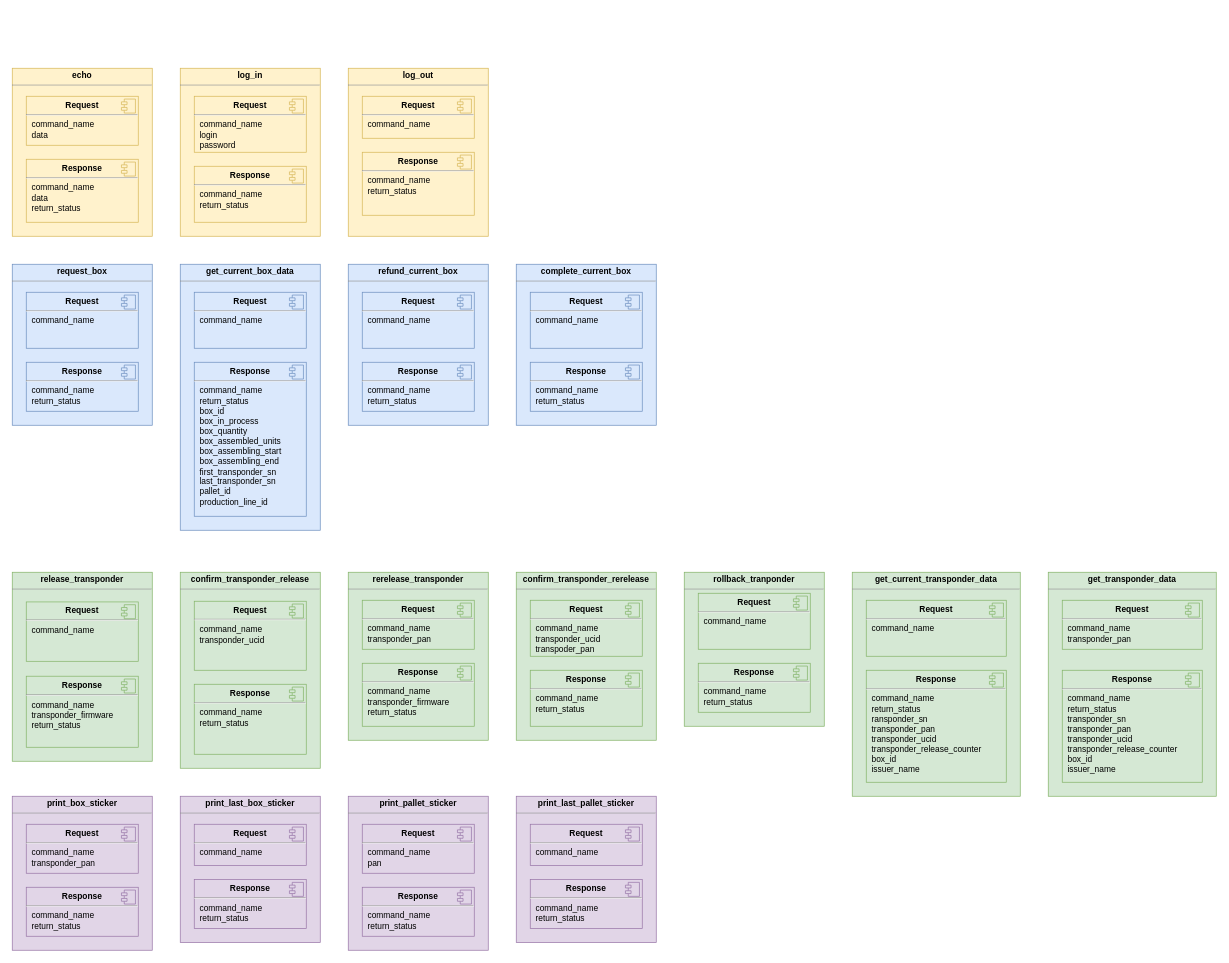
Before: Doc/Protocol.drawio in SultanLenvu/PersoServer, a draw.io diagram. Source tidied: cells renumbered, new cells numbered last; positions are measured from the earlier drawing's top-left corner, leaving out a move shared by most shapes. Both pictures are drawn from the tidied source at 70%, with x=0, y=0 at pixel (12, 68).
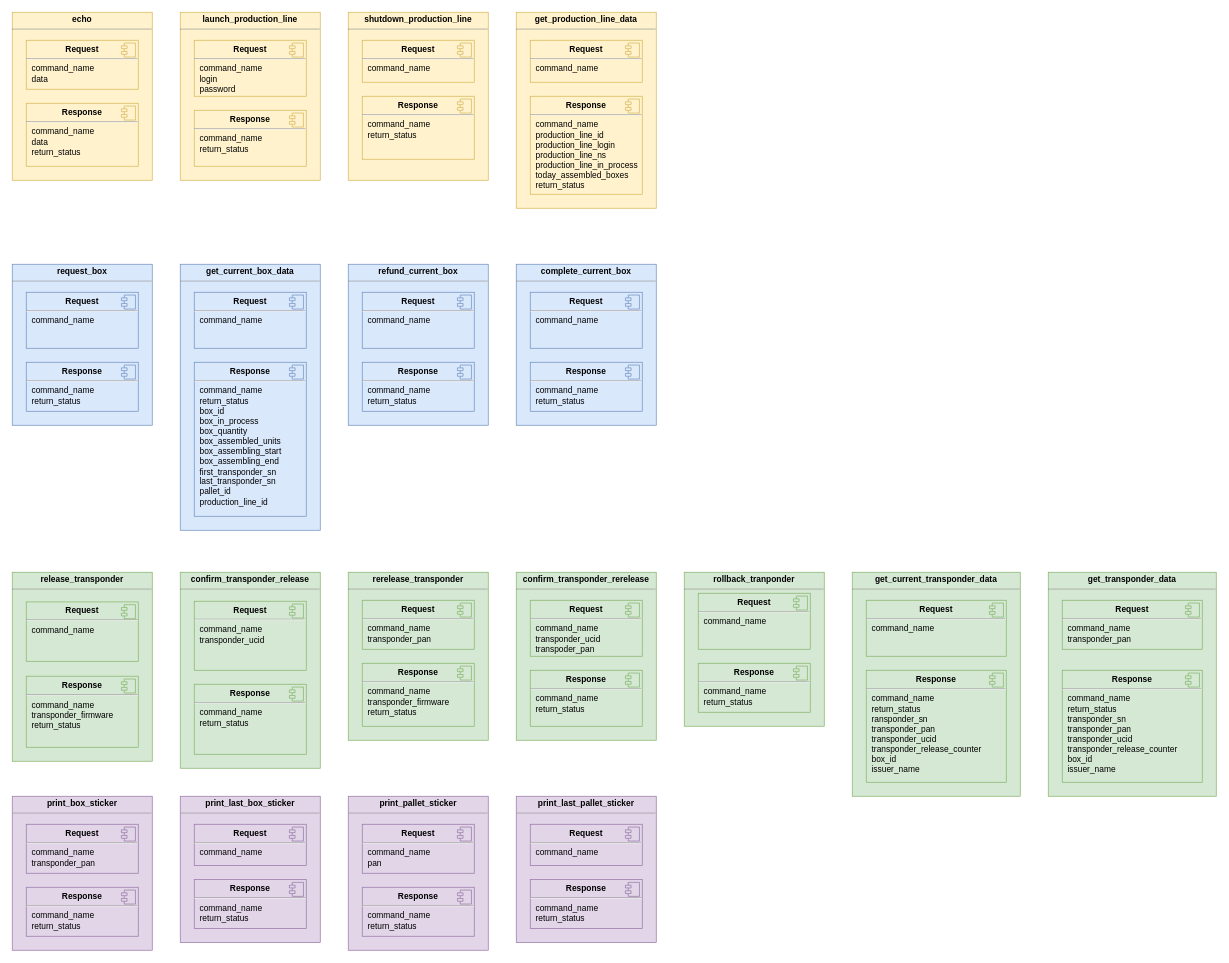
The same page after the edit.

Change to the diagram source:
```diff
@@
-    <mxCell id="17" value="&lt;p style=&quot;text-align: center; margin: 4px 0px 0px;&quot;&gt;&lt;b&gt;log_in&lt;/b&gt;&lt;/p&gt;&lt;hr size=&quot;1&quot;&gt;&lt;div style=&quot;height: 2px&quot;&gt;&lt;/div&gt;" style="verticalAlign=top;align=left;overflow=fill;fontSize=12;fontFamily=Helvetica;html=1;strokeColor=#d6b656;fillColor=#fff2cc;" parent="1" vertex="1">
-      <mxGeometry x="240" width="200" height="240" as="geometry" />
+    <mxCell id="17" value="&lt;p style=&quot;text-align: center ; margin: 4px 0px 0px&quot;&gt;&lt;b&gt;launch_production_line&lt;/b&gt;&lt;/p&gt;&lt;hr size=&quot;1&quot;&gt;&lt;div style=&quot;height: 2px&quot;&gt;&lt;/div&gt;" style="verticalAlign=top;align=left;overflow=fill;fontSize=12;fontFamily=Helvetica;html=1;strokeColor=#d6b656;fillColor=#fff2cc;" parent="1" vertex="1">
+      <mxGeometry x="240" y="-80" width="200" height="240" as="geometry" />
     </mxCell>
     <mxCell id="18" value="&lt;p style=&quot;margin: 0px ; margin-top: 6px ; text-align: center&quot;&gt;&lt;span style=&quot;text-align: left&quot;&gt;&lt;b&gt;Request&lt;/b&gt;&lt;/span&gt;&lt;br&gt;&lt;/p&gt;&lt;hr&gt;&lt;p style=&quot;margin: 0px ; margin-left: 8px&quot;&gt;command_name&lt;br&gt;&lt;/p&gt;&lt;p style=&quot;margin: 0px ; margin-left: 8px&quot;&gt;login&lt;/p&gt;&lt;p style=&quot;margin: 0px ; margin-left: 8px&quot;&gt;password&lt;/p&gt;&lt;p style=&quot;margin: 0px ; margin-left: 8px&quot;&gt;&lt;br&gt;&lt;/p&gt;" style="align=left;overflow=fill;html=1;fillColor=#fff2cc;strokeColor=#d6b656;" parent="1" vertex="1">
-      <mxGeometry x="260" y="40" width="160" height="80" as="geometry" />
+      <mxGeometry x="260" y="-40" width="160" height="80" as="geometry" />
     </mxCell>
@@
     <mxCell id="20" value="&lt;p style=&quot;margin: 0px ; margin-top: 6px ; text-align: center&quot;&gt;&lt;span style=&quot;text-align: left&quot;&gt;&lt;b&gt;Response&lt;/b&gt;&lt;/span&gt;&lt;br&gt;&lt;/p&gt;&lt;hr&gt;&lt;p style=&quot;margin: 0px 0px 0px 8px&quot;&gt;command_name&lt;br&gt;&lt;/p&gt;&lt;p style=&quot;margin: 0px ; margin-left: 8px&quot;&gt;&lt;span&gt;return_status&lt;/span&gt;&lt;/p&gt;&lt;p style=&quot;margin: 0px ; margin-left: 8px&quot;&gt;&lt;br&gt;&lt;/p&gt;&lt;p style=&quot;margin: 0px ; margin-left: 8px&quot;&gt;&lt;br&gt;&lt;/p&gt;" style="align=left;overflow=fill;html=1;fillColor=#fff2cc;strokeColor=#d6b656;" parent="1" vertex="1">
-      <mxGeometry x="260" y="140" width="160" height="80" as="geometry" />
+      <mxGeometry x="260" y="60" width="160" height="80" as="geometry" />
     </mxCell>
@@
     <mxCell id="22" value="&lt;p style=&quot;text-align: center; margin: 4px 0px 0px;&quot;&gt;&lt;b&gt;echo&lt;/b&gt;&lt;/p&gt;&lt;hr size=&quot;1&quot;&gt;&lt;div style=&quot;height: 2px&quot;&gt;&lt;/div&gt;" style="verticalAlign=top;align=left;overflow=fill;fontSize=12;fontFamily=Helvetica;html=1;fillColor=#fff2cc;strokeColor=#d6b656;" parent="1" vertex="1">
-      <mxGeometry width="200" height="240" as="geometry" />
+      <mxGeometry y="-80" width="200" height="240" as="geometry" />
     </mxCell>
     <mxCell id="23" value="&lt;p style=&quot;margin: 0px ; margin-top: 6px ; text-align: center&quot;&gt;&lt;span style=&quot;text-align: left&quot;&gt;&lt;b&gt;Request&lt;/b&gt;&lt;/span&gt;&lt;br&gt;&lt;/p&gt;&lt;hr&gt;&lt;p style=&quot;margin: 0px ; margin-left: 8px&quot;&gt;command_name&lt;br&gt;&lt;/p&gt;&lt;p style=&quot;margin: 0px ; margin-left: 8px&quot;&gt;data&lt;/p&gt;&lt;p style=&quot;margin: 0px ; margin-left: 8px&quot;&gt;&lt;br&gt;&lt;/p&gt;" style="align=left;overflow=fill;html=1;fillColor=#fff2cc;strokeColor=#d6b656;" parent="1" vertex="1">
-      <mxGeometry x="20" y="40" width="160" height="70" as="geometry" />
+      <mxGeometry x="20" y="-40" width="160" height="70" as="geometry" />
     </mxCell>
@@
     <mxCell id="25" value="&lt;p style=&quot;margin: 0px ; margin-top: 6px ; text-align: center&quot;&gt;&lt;span style=&quot;text-align: left&quot;&gt;&lt;b&gt;Response&lt;/b&gt;&lt;/span&gt;&lt;br&gt;&lt;/p&gt;&lt;hr&gt;&lt;p style=&quot;margin: 0px 0px 0px 8px&quot;&gt;command_name&lt;br&gt;&lt;/p&gt;&lt;p style=&quot;margin: 0px ; margin-left: 8px&quot;&gt;data&lt;/p&gt;&lt;p style=&quot;margin: 0px ; margin-left: 8px&quot;&gt;return_status&lt;br&gt;&lt;/p&gt;&lt;p style=&quot;margin: 0px ; margin-left: 8px&quot;&gt;&lt;br&gt;&lt;/p&gt;&lt;p style=&quot;margin: 0px ; margin-left: 8px&quot;&gt;&lt;br&gt;&lt;/p&gt;" style="align=left;overflow=fill;html=1;fillColor=#fff2cc;strokeColor=#d6b656;" parent="1" vertex="1">
-      <mxGeometry x="20" y="130" width="160" height="90" as="geometry" />
+      <mxGeometry x="20" y="50" width="160" height="90" as="geometry" />
     </mxCell>
@@
-    <mxCell id="62" value="&lt;p style=&quot;text-align: center; margin: 4px 0px 0px;&quot;&gt;&lt;b&gt;log_out&lt;/b&gt;&lt;/p&gt;&lt;hr size=&quot;1&quot;&gt;&lt;div style=&quot;height: 2px&quot;&gt;&lt;/div&gt;" style="verticalAlign=top;align=left;overflow=fill;fontSize=12;fontFamily=Helvetica;html=1;fillColor=#fff2cc;strokeColor=#d6b656;" parent="1" vertex="1">
-      <mxGeometry x="480" width="200" height="240" as="geometry" />
+    <mxCell id="62" value="&lt;p style=&quot;text-align: center ; margin: 4px 0px 0px&quot;&gt;&lt;b&gt;shutdown_production_line&lt;/b&gt;&lt;/p&gt;&lt;hr size=&quot;1&quot;&gt;&lt;div style=&quot;height: 2px&quot;&gt;&lt;/div&gt;" style="verticalAlign=top;align=left;overflow=fill;fontSize=12;fontFamily=Helvetica;html=1;fillColor=#fff2cc;strokeColor=#d6b656;" parent="1" vertex="1">
+      <mxGeometry x="480" y="-80" width="200" height="240" as="geometry" />
     </mxCell>
     <mxCell id="63" value="&lt;p style=&quot;margin: 0px ; margin-top: 6px ; text-align: center&quot;&gt;&lt;span style=&quot;text-align: left&quot;&gt;&lt;b&gt;Request&lt;/b&gt;&lt;/span&gt;&lt;br&gt;&lt;/p&gt;&lt;hr&gt;&lt;p style=&quot;margin: 0px ; margin-left: 8px&quot;&gt;command_name&lt;/p&gt;&lt;p style=&quot;margin: 0px ; margin-left: 8px&quot;&gt;&lt;br&gt;&lt;/p&gt;" style="align=left;overflow=fill;html=1;fillColor=#fff2cc;strokeColor=#d6b656;" parent="1" vertex="1">
-      <mxGeometry x="500" y="40" width="160" height="60" as="geometry" />
+      <mxGeometry x="500" y="-40" width="160" height="60" as="geometry" />
     </mxCell>
@@
     <mxCell id="65" value="&lt;p style=&quot;margin: 0px ; margin-top: 6px ; text-align: center&quot;&gt;&lt;span style=&quot;text-align: left&quot;&gt;&lt;b&gt;Response&lt;/b&gt;&lt;/span&gt;&lt;br&gt;&lt;/p&gt;&lt;hr&gt;&lt;p style=&quot;margin: 0px 0px 0px 8px&quot;&gt;command_name&lt;br&gt;&lt;/p&gt;&lt;p style=&quot;margin: 0px ; margin-left: 8px&quot;&gt;&lt;span&gt;return_status&lt;/span&gt;&lt;br&gt;&lt;/p&gt;&lt;p style=&quot;margin: 0px ; margin-left: 8px&quot;&gt;&lt;br&gt;&lt;/p&gt;&lt;p style=&quot;margin: 0px ; margin-left: 8px&quot;&gt;&lt;br&gt;&lt;/p&gt;" style="align=left;overflow=fill;html=1;fillColor=#fff2cc;strokeColor=#d6b656;" parent="1" vertex="1">
-      <mxGeometry x="500" y="120" width="160" height="90" as="geometry" />
+      <mxGeometry x="500" y="40" width="160" height="90" as="geometry" />
     </mxCell>
@@
+    <mxCell id="92" value="&lt;p style=&quot;text-align: center ; margin: 4px 0px 0px&quot;&gt;&lt;b&gt;get_production_line_data&lt;/b&gt;&lt;/p&gt;&lt;hr size=&quot;1&quot;&gt;&lt;div style=&quot;height: 2px&quot;&gt;&lt;/div&gt;" style="verticalAlign=top;align=left;overflow=fill;fontSize=12;fontFamily=Helvetica;html=1;fillColor=#fff2cc;strokeColor=#d6b656;" parent="1" vertex="1">
+      <mxGeometry x="720" y="-80" width="200" height="280" as="geometry" />
+    </mxCell>
+    <mxCell id="93" value="&lt;p style=&quot;margin: 0px ; margin-top: 6px ; text-align: center&quot;&gt;&lt;span style=&quot;text-align: left&quot;&gt;&lt;b&gt;Request&lt;/b&gt;&lt;/span&gt;&lt;br&gt;&lt;/p&gt;&lt;hr&gt;&lt;p style=&quot;margin: 0px ; margin-left: 8px&quot;&gt;command_name&lt;/p&gt;&lt;p style=&quot;margin: 0px ; margin-left: 8px&quot;&gt;&lt;br&gt;&lt;/p&gt;" style="align=left;overflow=fill;html=1;fillColor=#fff2cc;strokeColor=#d6b656;" parent="1" vertex="1">
+      <mxGeometry x="740" y="-40" width="160" height="60" as="geometry" />
+    </mxCell>
+    <mxCell id="94" style="shape=component;jettyWidth=8;jettyHeight=4;fillColor=#fff2cc;strokeColor=#d6b656;" parent="93" vertex="1">
+      <mxGeometry x="1" width="20" height="20" relative="1" as="geometry">
+        <mxPoint x="-24" y="4" as="offset" />
+      </mxGeometry>
+    </mxCell>
+    <mxCell id="95" value="&lt;p style=&quot;margin: 0px ; margin-top: 6px ; text-align: center&quot;&gt;&lt;span style=&quot;text-align: left&quot;&gt;&lt;b&gt;Response&lt;/b&gt;&lt;/span&gt;&lt;br&gt;&lt;/p&gt;&lt;hr&gt;&lt;p style=&quot;margin: 0px 0px 0px 8px&quot;&gt;command_name&lt;br&gt;&lt;/p&gt;&lt;p style=&quot;margin: 0px 0px 0px 8px&quot;&gt;production_line_id&lt;/p&gt;&lt;p style=&quot;margin: 0px 0px 0px 8px&quot;&gt;production_line_login&lt;/p&gt;&lt;p style=&quot;margin: 0px 0px 0px 8px&quot;&gt;production_line_ns&lt;/p&gt;&lt;p style=&quot;margin: 0px 0px 0px 8px&quot;&gt;production_line_in_process&lt;/p&gt;&lt;p style=&quot;margin: 0px 0px 0px 8px&quot;&gt;today_assembled_boxes&lt;/p&gt;&lt;p style=&quot;margin: 0px 0px 0px 8px&quot;&gt;&lt;span&gt;return_status&lt;/span&gt;&lt;br&gt;&lt;/p&gt;&lt;p style=&quot;margin: 0px ; margin-left: 8px&quot;&gt;&lt;br&gt;&lt;/p&gt;&lt;p style=&quot;margin: 0px ; margin-left: 8px&quot;&gt;&lt;br&gt;&lt;/p&gt;" style="align=left;overflow=fill;html=1;fillColor=#fff2cc;strokeColor=#d6b656;" parent="1" vertex="1">
+      <mxGeometry x="740" y="40" width="160" height="140" as="geometry" />
+    </mxCell>
+    <mxCell id="96" style="shape=component;jettyWidth=8;jettyHeight=4;fillColor=#fff2cc;strokeColor=#d6b656;" parent="95" vertex="1">
+      <mxGeometry x="1" width="20" height="20" relative="1" as="geometry">
+        <mxPoint x="-24" y="4" as="offset" />
+      </mxGeometry>
+    </mxCell>
```
